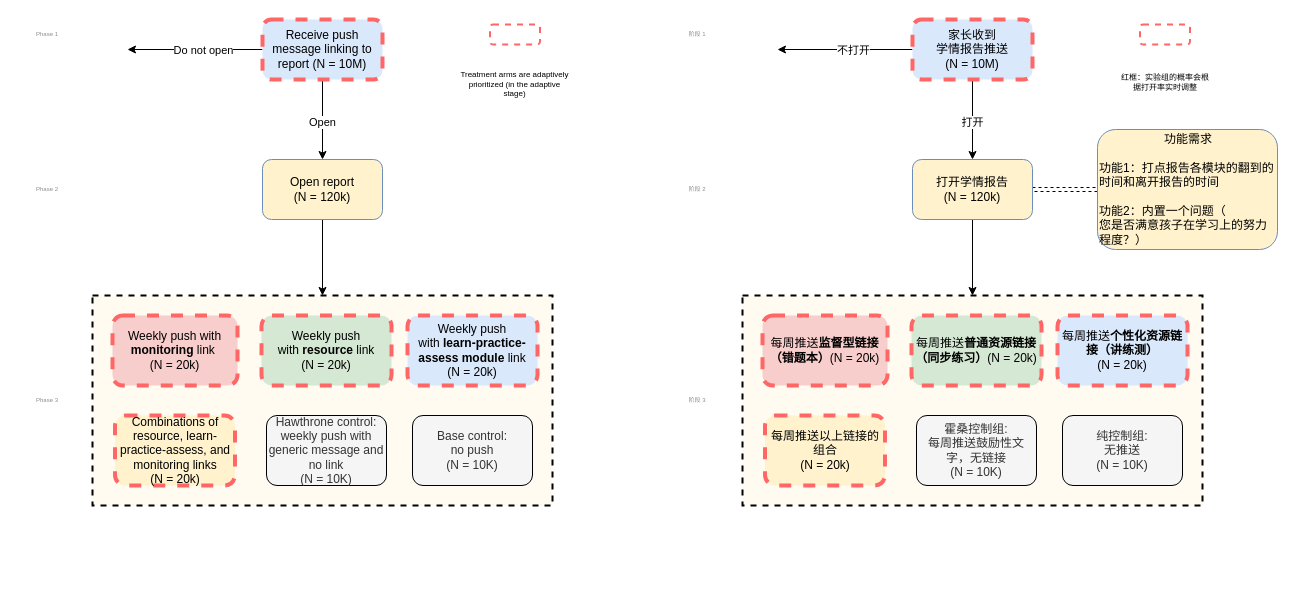
This is parent_nudge_stages.drawio from henrishi/drawio, a draw.io file, before an edit. Source tidied: cells renumbered, new cells numbered last; positions are measured from the earlier drawing's top-left corner, leaving out a move shared by most shapes. Both pictures are drawn from the tidied source at 100%, with x=0, y=0 at pixel (17, 19).
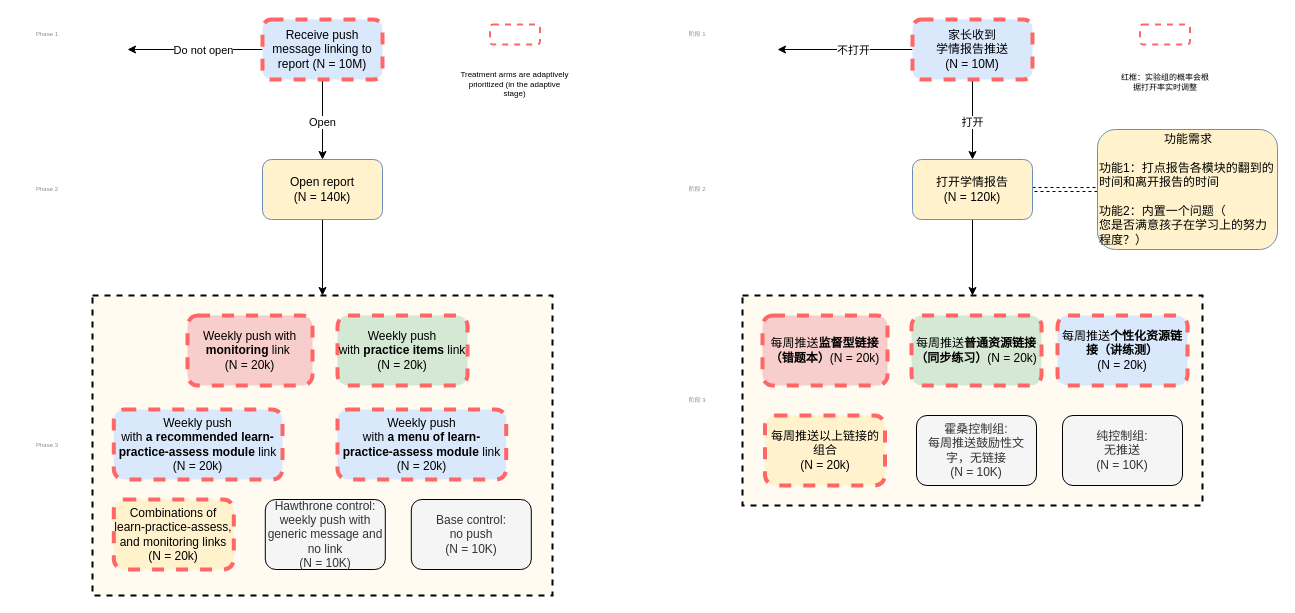
The same diagram, later.

The edit, as a diff of the source:
```diff
@@
-    <mxCell id="8" value="Open report&lt;br&gt;(N = 120k)" style="rounded=1;whiteSpace=wrap;html=1;strokeColor=#6c8ebf;fillColor=#FFF2CC;" parent="1" vertex="1">
+    <mxCell id="8" value="Open report&lt;br&gt;(N = 140k)" style="rounded=1;whiteSpace=wrap;html=1;strokeColor=#6c8ebf;fillColor=#FFF2CC;" parent="1" vertex="1">
       <mxGeometry x="245" y="140" width="120" height="60" as="geometry" />
     </mxCell>
@@
     <mxCell id="13" value="Phase 3" style="text;html=1;strokeColor=none;fillColor=none;align=center;verticalAlign=middle;whiteSpace=wrap;rounded=0;dashed=1;fontSize=6;fontColor=#8C8C8C;" parent="1" vertex="1">
-      <mxGeometry y="371" width="60" height="20" as="geometry" />
+      <mxGeometry y="416" width="60" height="20" as="geometry" />
     </mxCell>
     <mxCell id="14" style="group;" parent="1" vertex="1">
-      <mxGeometry x="75" y="276" width="460" height="210" as="geometry" />
+      <mxGeometry x="75" y="276" width="460" height="300" as="geometry" />
     </mxCell>
     <mxCell id="15" style="rounded=0;whiteSpace=wrap;html=1;strokeColor=#000000;strokeWidth=2;dashed=1;fillColor=#FFFBF0;" parent="14" vertex="1">
-      <mxGeometry width="460" height="210" as="geometry" />
+      <mxGeometry width="460" height="300" as="geometry" />
     </mxCell>
     <mxCell id="16" value="Weekly push with &lt;b&gt;monitoring&lt;/b&gt; link&amp;nbsp;&lt;br&gt;(N = 20k)" style="rounded=1;whiteSpace=wrap;html=1;fillColor=#f8cecc;dashed=1;strokeWidth=4;strokeColor=#FF6666;" parent="14" vertex="1">
-      <mxGeometry x="20" y="20" width="125" height="70" as="geometry" />
+      <mxGeometry x="95" y="20" width="125" height="70" as="geometry" />
     </mxCell>
-    <mxCell id="17" value="Weekly push&lt;br&gt;with &lt;b&gt;resource&lt;/b&gt; link&lt;br&gt;(N = 20k)" style="rounded=1;whiteSpace=wrap;html=1;fillColor=#d5e8d4;dashed=1;strokeWidth=4;strokeColor=#FF6666;" parent="14" vertex="1">
-      <mxGeometry x="169" y="20" width="130" height="70" as="geometry" />
+    <mxCell id="17" value="Weekly push&lt;br&gt;with &lt;b&gt;practice items&lt;/b&gt;&amp;nbsp;link&lt;br&gt;(N = 20k)" style="rounded=1;whiteSpace=wrap;html=1;fillColor=#d5e8d4;dashed=1;strokeWidth=4;strokeColor=#FF6666;" parent="14" vertex="1">
+      <mxGeometry x="245" y="20" width="130" height="70" as="geometry" />
     </mxCell>
-    <mxCell id="18" value="Combinations of resource, learn-practice-assess, and monitoring links&lt;br&gt;(N = 20k)" style="rounded=1;whiteSpace=wrap;html=1;fillColor=#fff2cc;strokeColor=#FF6666;dashed=1;strokeWidth=4;" parent="14" vertex="1">
-      <mxGeometry x="22.5" y="120" width="120" height="70" as="geometry" />
+    <mxCell id="18" value="Combinations of learn-practice-assess, and monitoring links&lt;br&gt;(N = 20k)" style="rounded=1;whiteSpace=wrap;html=1;fillColor=#fff2cc;strokeColor=#FF6666;dashed=1;strokeWidth=4;" parent="14" vertex="1">
+      <mxGeometry x="21.3" y="204" width="120" height="70" as="geometry" />
     </mxCell>
     <mxCell id="19" value="Hawthrone control:&lt;br&gt;weekly push with generic message and no link&lt;br&gt;(N = 10K)" style="rounded=1;whiteSpace=wrap;html=1;strokeWidth=1;fillColor=#f5f5f5;fontColor=#333333;" parent="14" vertex="1">
-      <mxGeometry x="174" y="120" width="120" height="70" as="geometry" />
+      <mxGeometry x="172.8" y="204" width="120" height="70" as="geometry" />
     </mxCell>
     <mxCell id="20" value="Base control:&lt;br&gt;no push&lt;br&gt;(N = 10K)" style="rounded=1;whiteSpace=wrap;html=1;fillColor=#f5f5f5;strokeWidth=1;fontColor=#333333;" parent="14" vertex="1">
-      <mxGeometry x="320" y="120" width="120" height="70" as="geometry" />
+      <mxGeometry x="318.8" y="204" width="120" height="70" as="geometry" />
     </mxCell>
-    <mxCell id="21" value="Weekly push&lt;br&gt;with &lt;b&gt;learn-practice-assess&lt;/b&gt; &lt;b&gt;module&lt;/b&gt; link&lt;br&gt;(N = 20k)" style="rounded=1;whiteSpace=wrap;html=1;fillColor=#dae8fc;strokeWidth=4;dashed=1;strokeColor=#FF6666;" parent="14" vertex="1">
-      <mxGeometry x="315" y="20" width="130" height="70" as="geometry" />
+    <mxCell id="21" value="Weekly push&lt;br&gt;with &lt;b&gt;a recommended learn-practice-assess&lt;/b&gt; &lt;b&gt;module&lt;/b&gt; link&lt;br&gt;(N = 20k)" style="rounded=1;whiteSpace=wrap;html=1;fillColor=#dae8fc;strokeWidth=4;dashed=1;strokeColor=#FF6666;" parent="14" vertex="1">
+      <mxGeometry x="21.3" y="114" width="168.7" height="70" as="geometry" />
     </mxCell>
+    <mxCell id="44" value="Weekly push&lt;br&gt;with &lt;b&gt;a menu of learn-practice-assess&lt;/b&gt; &lt;b&gt;module&lt;/b&gt; link&lt;br&gt;(N = 20k)" style="rounded=1;whiteSpace=wrap;html=1;fillColor=#dae8fc;strokeWidth=4;dashed=1;strokeColor=#FF6666;" parent="14" vertex="1">
+      <mxGeometry x="245" y="114" width="168.7" height="70" as="geometry" />
+    </mxCell>
```
